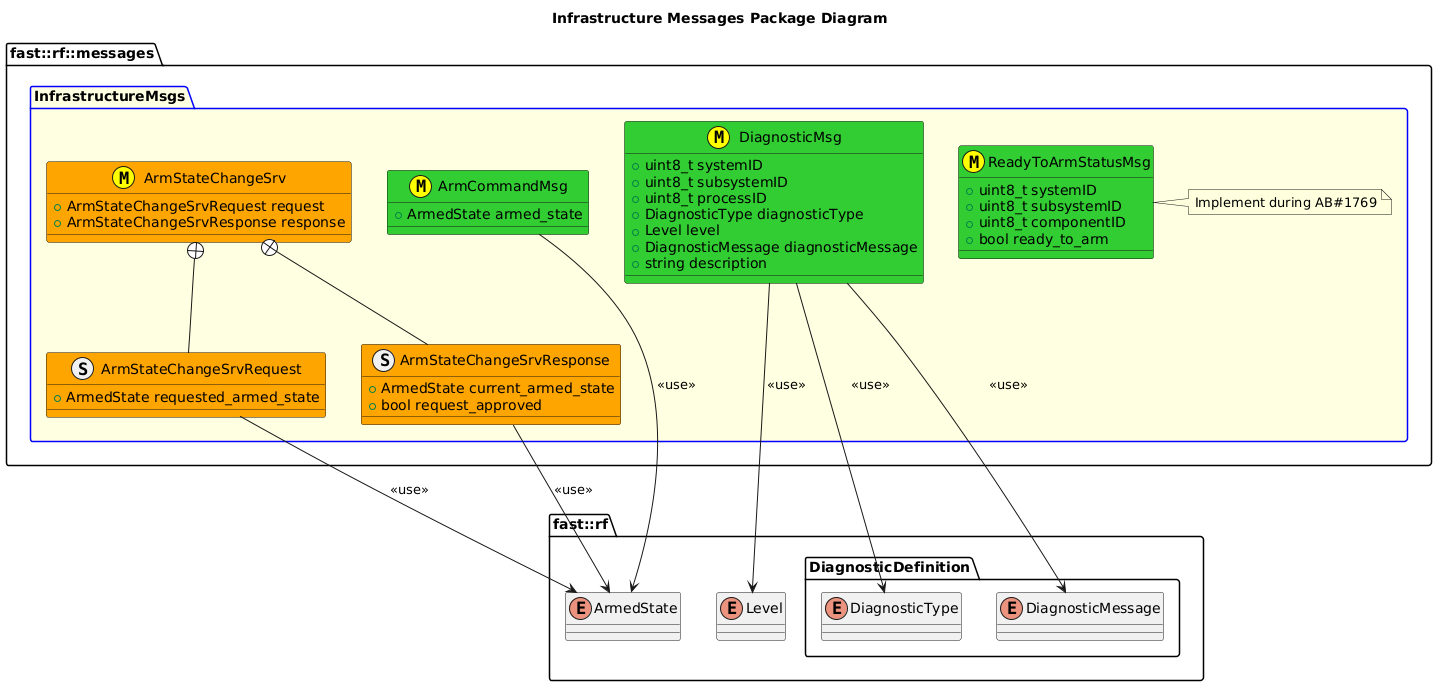
The PlantUML diagram msgs/InfrastructureMsgs/doc/puml/InfrastructureMessagesClassDiagram.png in fastrobotics/robot_framework, before a commit.
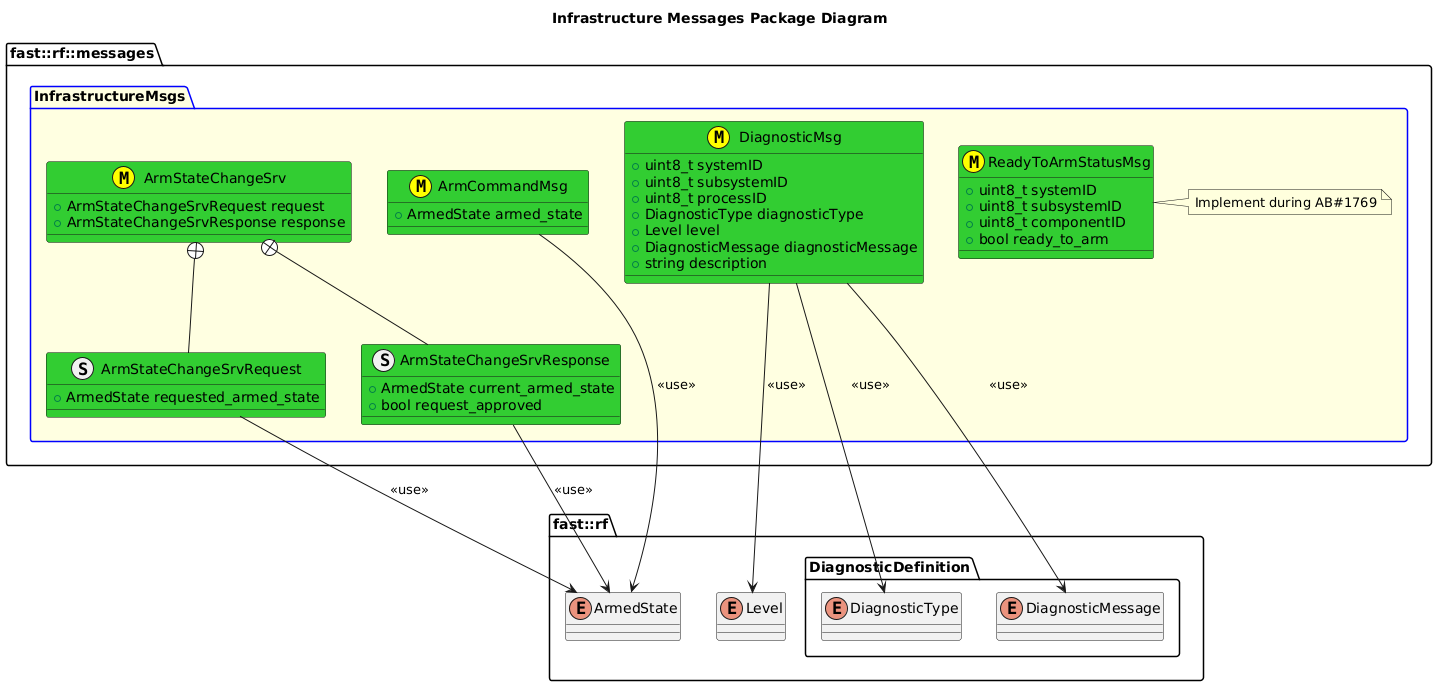
After the change.

The edit, as a diff of the source:
```diff
@@ -16,18 +16,18 @@
       +ArmedState armed_state
     }
     ArmCommandMsg --> ArmedState: <<use>>
-    struct ArmStateChangeSrvRequest #Orange {
+    struct ArmStateChangeSrvRequest #LimeGreen {
       +ArmedState requested_armed_state
 
     }
     ArmStateChangeSrvRequest --> ArmedState: <<use>>
-    struct ArmStateChangeSrvResponse #Orange {
+    struct ArmStateChangeSrvResponse #LimeGreen {
       +ArmedState current_armed_state
       +bool request_approved
 
     }
     ArmStateChangeSrvResponse --> ArmedState: <<use>>
-    class ArmStateChangeSrv <<(M,#FFFF00)>> #Orange {
+    class ArmStateChangeSrv <<(M,#FFFF00)>> #LimeGreen {
       +ArmStateChangeSrvRequest request
       +ArmStateChangeSrvResponse response
     }
```
